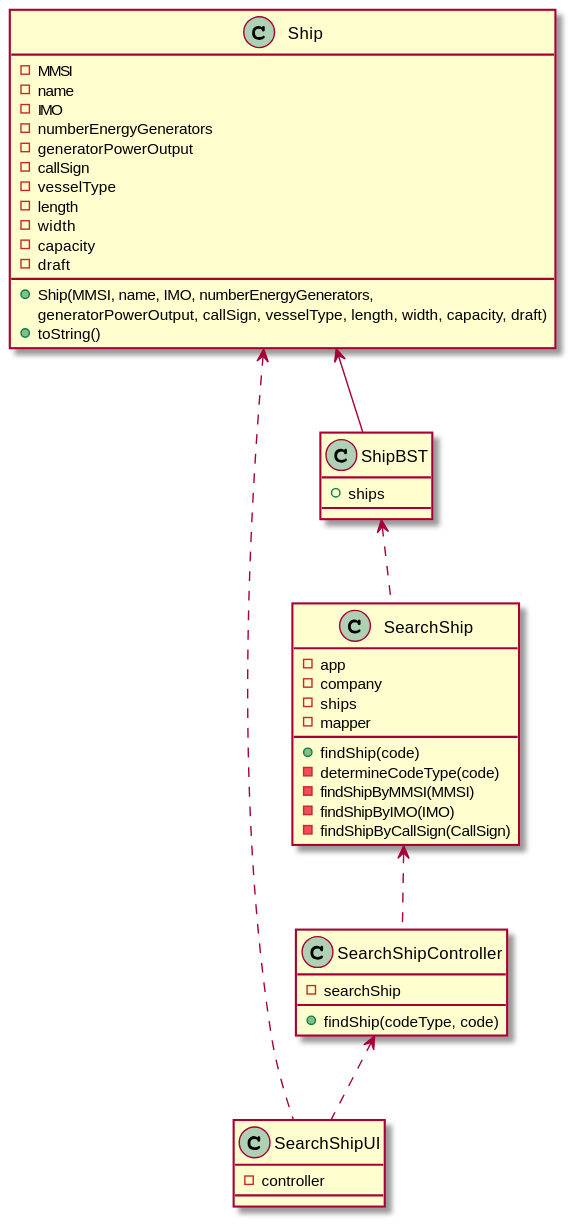
This is docs/Sprint 1/US/US102/US102_CD.svg from 1190772/LAB-Project-3, a PlantUML export, as it was before one commit.
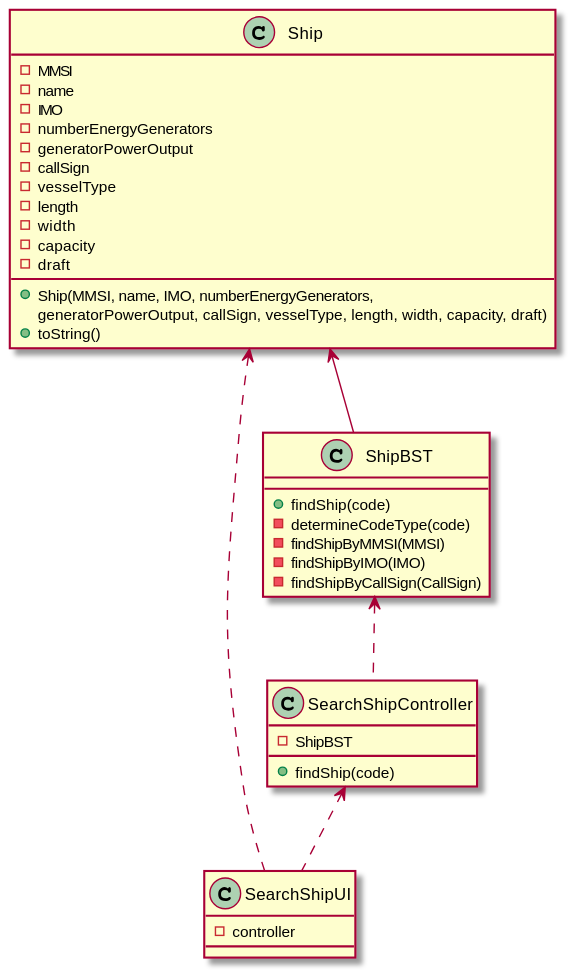
The same diagram one commit later.

Diff of the diagram source:
```diff
@@ -5,24 +5,16 @@
 }
 
 class SearchShipController {
-- searchShip
-+ findShip(codeType, code)
+- ShipBST
++ findShip(code)
 }
 
-class SearchShip {
-- app
-- company
-- ships
-- mapper
+class ShipBST {
 + findShip(code)
 - determineCodeType(code)
 - findShipByMMSI(MMSI)
 - findShipByIMO(IMO)
 - findShipByCallSign(CallSign)
-}
-
-class ShipBST {
-+ ships
 }
 
 class Ship {
@@ -43,8 +35,7 @@
 }
 
 SearchShipController <.. SearchShipUI
-SearchShip <.. SearchShipController
-ShipBST <.. SearchShip
+ShipBST <.. SearchShipController
 Ship <-- ShipBST
 Ship <.. SearchShipUI
 
```
